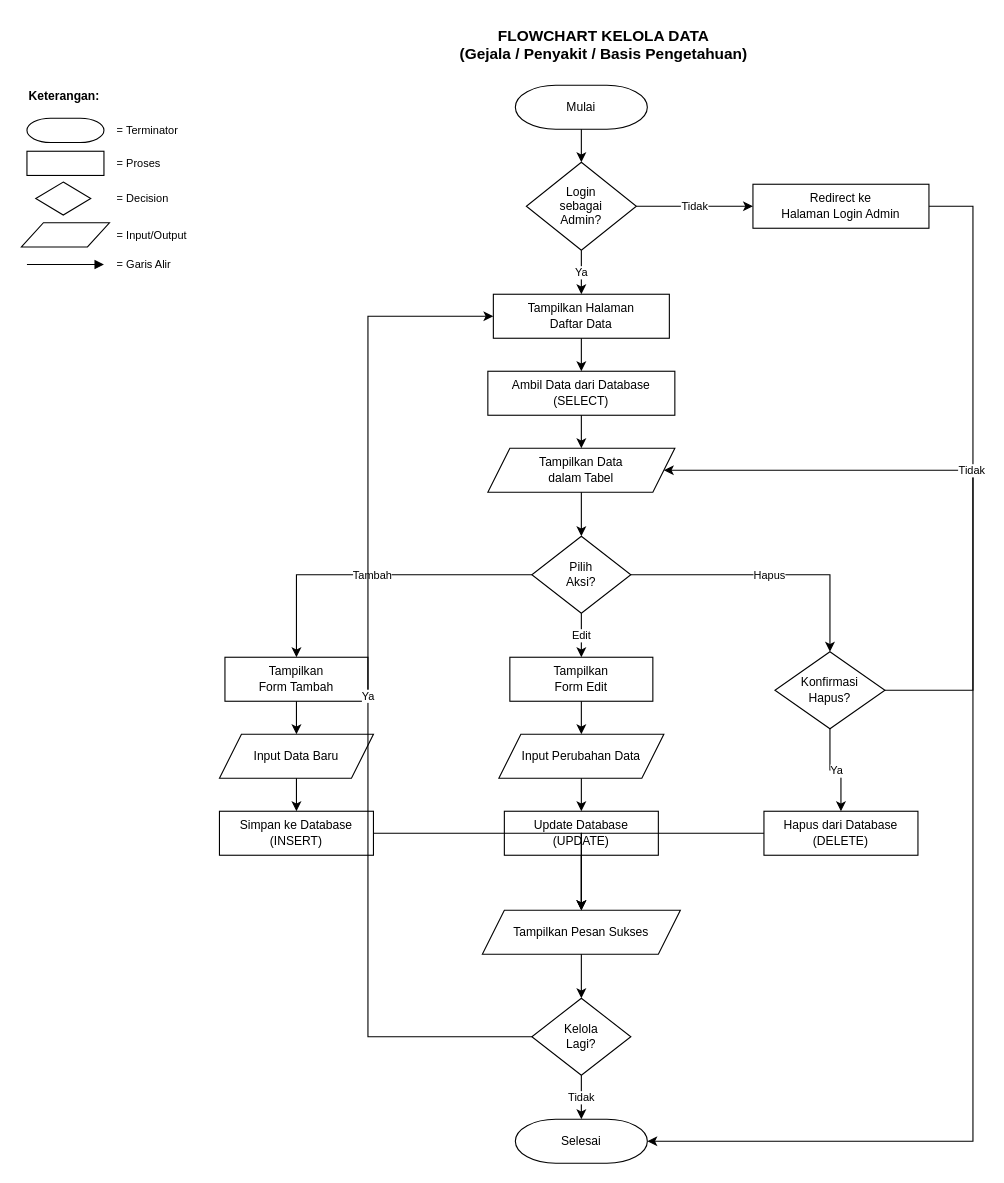
NarmadaWeb/pakar-jagung keeps this draw.io diagram as diagram/flowchart/flowchart_kelola_data.drawio. Above is the earlier version. Source tidied: cells renumbered, new cells numbered last; positions are measured from the earlier drawing's top-left corner, leaving out a move shared by most shapes. Both pictures are drawn from the tidied source at 110%, with x=0, y=0 at pixel (21, 19).
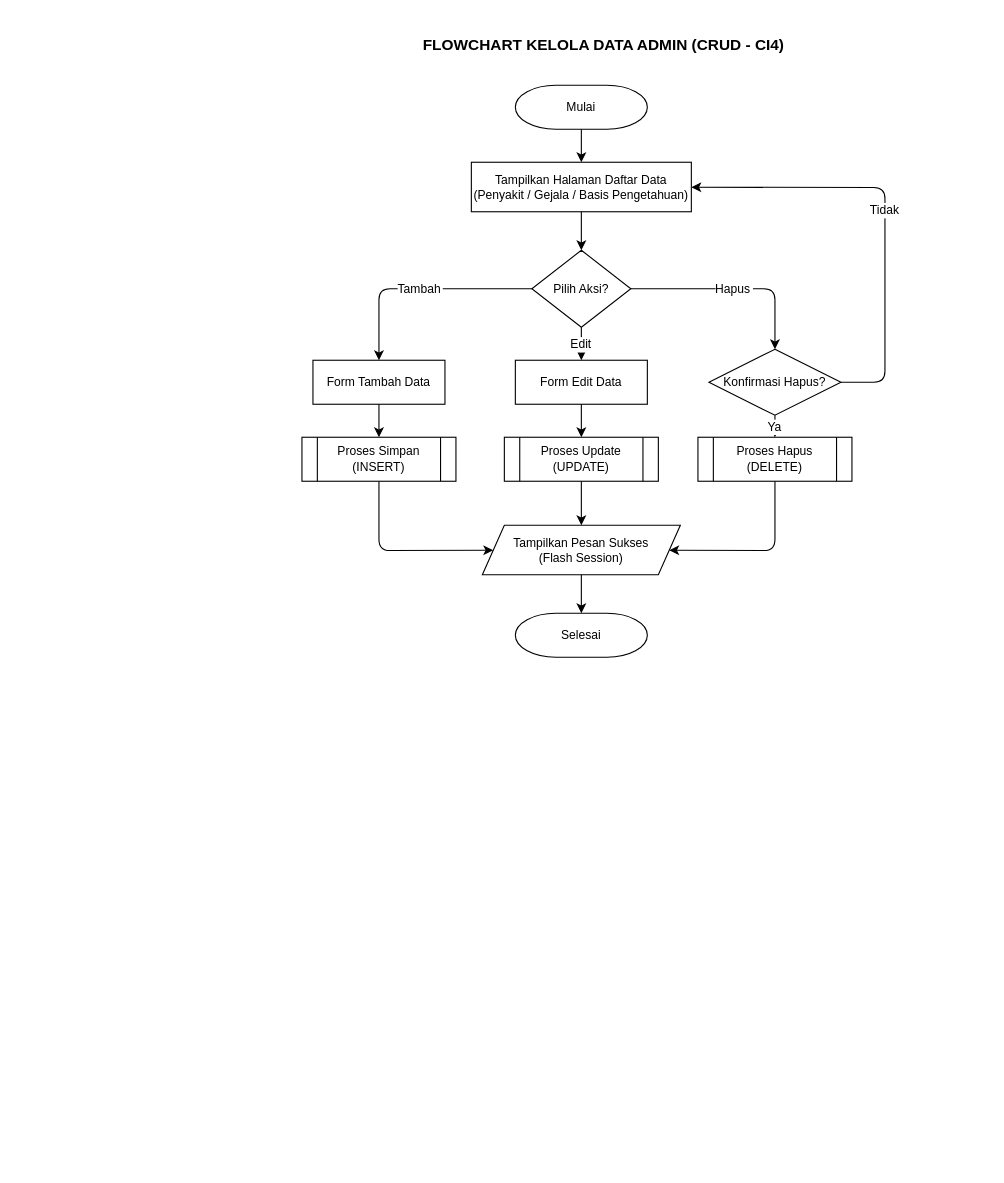
The same page after the edit.

Unchanged cells that the change refers to:
```xml
<mxCell id="3" value="Mulai" style="shape=mxgraph.flowchart.terminator;whiteSpace=wrap;html=1;fillColor=#FFFFFF;strokeColor=#000000;fontSize=11;" parent="1" vertex="1">
  <mxGeometry x="449" y="60" width="120" height="40" as="geometry" />
</mxCell>
```

Diff of the diagram source:
```diff
@@
-    <mxCell id="2" value="FLOWCHART KELOLA DATA&#10;(Gejala / Penyakit / Basis Pengetahuan)" style="text;html=1;strokeColor=none;fillColor=none;align=center;verticalAlign=middle;fontSize=14;fontStyle=1;fontColor=#000000;" parent="1" vertex="1">
+    <mxCell id="2" value="FLOWCHART KELOLA DATA ADMIN (CRUD - CI4)" style="text;html=1;strokeColor=none;fillColor=none;align=center;verticalAlign=middle;fontSize=14;fontStyle=1;fontColor=#000000;" parent="1" vertex="1">
       <mxGeometry x="279" width="500" height="45" as="geometry" />
     </mxCell>
@@
-    <mxCell id="4" value="Login&#10;sebagai&#10;Admin?" style="rhombus;whiteSpace=wrap;html=1;fillColor=#FFFFFF;strokeColor=#000000;fontSize=11;" parent="1" vertex="1">
-      <mxGeometry x="459" y="130" width="100" height="80" as="geometry" />
-    </mxCell>
-    <mxCell id="5" value="Redirect ke&#10;Halaman Login Admin" style="rounded=0;whiteSpace=wrap;html=1;fillColor=#FFFFFF;strokeColor=#000000;fontSize=11;" parent="1" vertex="1">
-      <mxGeometry x="665" y="150" width="160" height="40" as="geometry" />
-    </mxCell>
-    <mxCell id="6" value="Tampilkan Halaman&#10;Daftar Data" style="rounded=0;whiteSpace=wrap;html=1;fillColor=#FFFFFF;strokeColor=#000000;fontSize=11;" parent="1" vertex="1">
-      <mxGeometry x="429" y="250" width="160" height="40" as="geometry" />
+    <mxCell id="6" value="Tampilkan Halaman Daftar Data&#10;(Penyakit / Gejala / Basis Pengetahuan)" style="rounded=0;whiteSpace=wrap;html=1;fillColor=#FFFFFF;strokeColor=#000000;fontSize=11;" parent="1" vertex="1">
+      <mxGeometry x="409" y="130" width="200" height="45" as="geometry" />
     </mxCell>
-    <mxCell id="7" value="Ambil Data dari Database&#10;(SELECT)" style="rounded=0;whiteSpace=wrap;html=1;fillColor=#FFFFFF;strokeColor=#000000;fontSize=11;" parent="1" vertex="1">
-      <mxGeometry x="424" y="320" width="170" height="40" as="geometry" />
-    </mxCell>
-    <mxCell id="8" value="Tampilkan Data&#10;dalam Tabel" style="shape=parallelogram;perimeter=parallelogramPerimeter;whiteSpace=wrap;html=1;fillColor=#FFFFFF;strokeColor=#000000;fontSize=11;fixedSize=1;" parent="1" vertex="1">
-      <mxGeometry x="424" y="390" width="170" height="40" as="geometry" />
-    </mxCell>
-    <mxCell id="9" value="Pilih&#10;Aksi?" style="rhombus;whiteSpace=wrap;html=1;fillColor=#FFFFFF;strokeColor=#000000;fontSize=11;" parent="1" vertex="1">
-      <mxGeometry x="464" y="470" width="90" height="70" as="geometry" />
+    <mxCell id="9" value="Pilih Aksi?" style="rhombus;whiteSpace=wrap;html=1;fillColor=#FFFFFF;strokeColor=#000000;fontSize=11;" parent="1" vertex="1">
+      <mxGeometry x="464" y="210" width="90" height="70" as="geometry" />
     </mxCell>
-    <mxCell id="10" value="Tampilkan&#10;Form Tambah" style="rounded=0;whiteSpace=wrap;html=1;fillColor=#FFFFFF;strokeColor=#000000;fontSize=11;" parent="1" vertex="1">
-      <mxGeometry x="185" y="580" width="130" height="40" as="geometry" />
+    <mxCell id="10" value="Form Tambah Data" style="rounded=0;whiteSpace=wrap;html=1;fillColor=#FFFFFF;strokeColor=#000000;fontSize=11;" parent="1" vertex="1">
+      <mxGeometry x="265" y="310" width="120" height="40" as="geometry" />
     </mxCell>
-    <mxCell id="11" value="Input Data Baru" style="shape=parallelogram;perimeter=parallelogramPerimeter;whiteSpace=wrap;html=1;fillColor=#FFFFFF;strokeColor=#000000;fontSize=11;fixedSize=1;" parent="1" vertex="1">
-      <mxGeometry x="180" y="650" width="140" height="40" as="geometry" />
-    </mxCell>
-    <mxCell id="12" value="Simpan ke Database&#10;(INSERT)" style="rounded=0;whiteSpace=wrap;html=1;fillColor=#FFFFFF;strokeColor=#000000;fontSize=11;" parent="1" vertex="1">
-      <mxGeometry x="180" y="720" width="140" height="40" as="geometry" />
+    <mxCell id="12" value="Proses Simpan (INSERT)" style="shape=process;whiteSpace=wrap;html=1;fillColor=#FFFFFF;strokeColor=#000000;fontSize=11;size=0.1;" parent="1" vertex="1">
+      <mxGeometry x="255" y="380" width="140" height="40" as="geometry" />
     </mxCell>
-    <mxCell id="13" value="Tampilkan&#10;Form Edit" style="rounded=0;whiteSpace=wrap;html=1;fillColor=#FFFFFF;strokeColor=#000000;fontSize=11;" parent="1" vertex="1">
-      <mxGeometry x="444" y="580" width="130" height="40" as="geometry" />
+    <mxCell id="13" value="Form Edit Data" style="rounded=0;whiteSpace=wrap;html=1;fillColor=#FFFFFF;strokeColor=#000000;fontSize=11;" parent="1" vertex="1">
+      <mxGeometry x="449" y="310" width="120" height="40" as="geometry" />
     </mxCell>
-    <mxCell id="14" value="Input Perubahan Data" style="shape=parallelogram;perimeter=parallelogramPerimeter;whiteSpace=wrap;html=1;fillColor=#FFFFFF;strokeColor=#000000;fontSize=11;fixedSize=1;" parent="1" vertex="1">
-      <mxGeometry x="434" y="650" width="150" height="40" as="geometry" />
-    </mxCell>
-    <mxCell id="15" value="Update Database&#10;(UPDATE)" style="rounded=0;whiteSpace=wrap;html=1;fillColor=#FFFFFF;strokeColor=#000000;fontSize=11;" parent="1" vertex="1">
-      <mxGeometry x="439" y="720" width="140" height="40" as="geometry" />
+    <mxCell id="15" value="Proses Update (UPDATE)" style="shape=process;whiteSpace=wrap;html=1;fillColor=#FFFFFF;strokeColor=#000000;fontSize=11;size=0.1;" parent="1" vertex="1">
+      <mxGeometry x="439" y="380" width="140" height="40" as="geometry" />
     </mxCell>
-    <mxCell id="16" value="Konfirmasi&#10;Hapus?" style="rhombus;whiteSpace=wrap;html=1;fillColor=#FFFFFF;strokeColor=#000000;fontSize=11;" parent="1" vertex="1">
-      <mxGeometry x="685" y="575" width="100" height="70" as="geometry" />
+    <mxCell id="16" value="Konfirmasi Hapus?" style="rhombus;whiteSpace=wrap;html=1;fillColor=#FFFFFF;strokeColor=#000000;fontSize=11;" parent="1" vertex="1">
+      <mxGeometry x="625" y="300" width="120" height="60" as="geometry" />
     </mxCell>
-    <mxCell id="17" value="Hapus dari Database&#10;(DELETE)" style="rounded=0;whiteSpace=wrap;html=1;fillColor=#FFFFFF;strokeColor=#000000;fontSize=11;" parent="1" vertex="1">
-      <mxGeometry x="675" y="720" width="140" height="40" as="geometry" />
-    </mxCell>
+    <mxCell id="54" value="Proses Hapus (DELETE)" style="shape=process;whiteSpace=wrap;html=1;fillColor=#FFFFFF;strokeColor=#000000;fontSize=11;size=0.1;" parent="1" vertex="1">
+      <mxGeometry x="615" y="380" width="140" height="40" as="geometry" />
+    </mxCell>
-    <mxCell id="18" value="Tampilkan Pesan Sukses" style="shape=parallelogram;perimeter=parallelogramPerimeter;whiteSpace=wrap;html=1;fillColor=#FFFFFF;strokeColor=#000000;fontSize=11;fixedSize=1;" parent="1" vertex="1">
-      <mxGeometry x="419" y="810" width="180" height="40" as="geometry" />
+    <mxCell id="18" value="Tampilkan Pesan Sukses&#10;(Flash Session)" style="shape=parallelogram;perimeter=parallelogramPerimeter;whiteSpace=wrap;html=1;fillColor=#FFFFFF;strokeColor=#000000;fontSize=11;fixedSize=1;" parent="1" vertex="1">
+      <mxGeometry x="419" y="460" width="180" height="45" as="geometry" />
     </mxCell>
-    <mxCell id="19" value="Kelola&#10;Lagi?" style="rhombus;whiteSpace=wrap;html=1;fillColor=#FFFFFF;strokeColor=#000000;fontSize=11;" parent="1" vertex="1">
-      <mxGeometry x="464" y="890" width="90" height="70" as="geometry" />
-    </mxCell>
     <mxCell id="20" value="Selesai" style="shape=mxgraph.flowchart.terminator;whiteSpace=wrap;html=1;fillColor=#FFFFFF;strokeColor=#000000;fontSize=11;" parent="1" vertex="1">
-      <mxGeometry x="449" y="1000" width="120" height="40" as="geometry" />
+      <mxGeometry x="449" y="540" width="120" height="40" as="geometry" />
     </mxCell>
-    <mxCell id="21" style="edgeStyle=orthogonalEdgeStyle;rounded=0;html=1;strokeColor=#000000;" parent="1" edge="1" source="3" target="4">
+    <mxCell id="21" parent="1" edge="1" source="3" target="6">
       <mxGeometry relative="1" as="geometry" />
     </mxCell>
-    <mxCell id="22" value="Tidak" style="edgeStyle=orthogonalEdgeStyle;rounded=0;html=1;strokeColor=#000000;fontSize=10;" parent="1" edge="1" source="4" target="5">
+    <mxCell id="22" parent="1" edge="1" source="6" target="9">
       <mxGeometry relative="1" as="geometry" />
     </mxCell>
-    <mxCell id="23" style="edgeStyle=orthogonalEdgeStyle;rounded=0;html=1;strokeColor=#000000;" parent="1" edge="1" source="5" target="20">
-      <mxGeometry relative="1" as="geometry">
-        <Array as="points">
-          <mxPoint x="865" y="170" />
-          <mxPoint x="865" y="1020" />
-        </Array>
-      </mxGeometry>
-    </mxCell>
-    <mxCell id="24" value="Ya" style="edgeStyle=orthogonalEdgeStyle;rounded=0;html=1;strokeColor=#000000;fontSize=10;" parent="1" edge="1" source="4" target="6">
-      <mxGeometry relative="1" as="geometry" />
+    <mxCell id="24" value="Tambah" parent="1" edge="1" source="9" target="10">
+      <mxGeometry relative="1" as="geometry">
+        <Array as="points">
+          <mxPoint x="325" y="245" />
+        </Array>
+      </mxGeometry>
     </mxCell>
-    <mxCell id="25" style="edgeStyle=orthogonalEdgeStyle;rounded=0;html=1;strokeColor=#000000;" parent="1" edge="1" source="6" target="7">
+    <mxCell id="25" value="Edit" parent="1" edge="1" source="9" target="13">
       <mxGeometry relative="1" as="geometry" />
     </mxCell>
-    <mxCell id="26" style="edgeStyle=orthogonalEdgeStyle;rounded=0;html=1;strokeColor=#000000;" parent="1" edge="1" source="7" target="8">
-      <mxGeometry relative="1" as="geometry" />
+    <mxCell id="26" value="Hapus" parent="1" edge="1" source="9" target="16">
+      <mxGeometry relative="1" as="geometry">
+        <Array as="points">
+          <mxPoint x="685" y="245" />
+        </Array>
+      </mxGeometry>
     </mxCell>
-    <mxCell id="27" style="edgeStyle=orthogonalEdgeStyle;rounded=0;html=1;strokeColor=#000000;" parent="1" edge="1" source="8" target="9">
+    <mxCell id="27" parent="1" edge="1" source="10" target="12">
       <mxGeometry relative="1" as="geometry" />
     </mxCell>
-    <mxCell id="28" value="Tambah" style="edgeStyle=orthogonalEdgeStyle;rounded=0;html=1;strokeColor=#000000;fontSize=10;" parent="1" edge="1" source="9" target="10">
+    <mxCell id="28" parent="1" edge="1" source="13" target="15">
       <mxGeometry relative="1" as="geometry" />
     </mxCell>
-    <mxCell id="29" value="Edit" style="edgeStyle=orthogonalEdgeStyle;rounded=0;html=1;strokeColor=#000000;fontSize=10;" parent="1" edge="1" source="9" target="13">
+    <mxCell id="29" value="Ya" parent="1" edge="1" source="16" target="54">
       <mxGeometry relative="1" as="geometry" />
     </mxCell>
+    <mxCell id="55" value="Tidak" parent="1" edge="1" source="16" target="6">
+      <mxGeometry relative="1" as="geometry">
+        <Array as="points">
+          <mxPoint x="785" y="330" />
+          <mxPoint x="785" y="153" />
+        </Array>
+      </mxGeometry>
+    </mxCell>
-    <mxCell id="30" value="Hapus" style="edgeStyle=orthogonalEdgeStyle;rounded=0;html=1;strokeColor=#000000;fontSize=10;" parent="1" edge="1" source="9" target="16">
-      <mxGeometry relative="1" as="geometry" />
+    <mxCell id="30" parent="1" edge="1" source="12" target="18">
+      <mxGeometry relative="1" as="geometry">
+        <Array as="points">
+          <mxPoint x="325" y="483" />
+        </Array>
+      </mxGeometry>
     </mxCell>
-    <mxCell id="31" style="edgeStyle=orthogonalEdgeStyle;rounded=0;html=1;strokeColor=#000000;" parent="1" edge="1" source="10" target="11">
+    <mxCell id="31" parent="1" edge="1" source="15" target="18">
       <mxGeometry relative="1" as="geometry" />
     </mxCell>
-    <mxCell id="32" style="edgeStyle=orthogonalEdgeStyle;rounded=0;html=1;strokeColor=#000000;" parent="1" edge="1" source="11" target="12">
-      <mxGeometry relative="1" as="geometry" />
+    <mxCell id="32" parent="1" edge="1" source="54" target="18">
+      <mxGeometry relative="1" as="geometry">
+        <Array as="points">
+          <mxPoint x="685" y="483" />
+        </Array>
+      </mxGeometry>
     </mxCell>
-    <mxCell id="33" style="edgeStyle=orthogonalEdgeStyle;rounded=0;html=1;strokeColor=#000000;" parent="1" edge="1" source="13" target="14">
+    <mxCell id="33" parent="1" edge="1" source="18" target="20">
       <mxGeometry relative="1" as="geometry" />
     </mxCell>
-    <mxCell id="34" style="edgeStyle=orthogonalEdgeStyle;rounded=0;html=1;strokeColor=#000000;" parent="1" edge="1" source="14" target="15">
-      <mxGeometry relative="1" as="geometry" />
-    </mxCell>
-    <mxCell id="35" value="Ya" style="edgeStyle=orthogonalEdgeStyle;rounded=0;html=1;strokeColor=#000000;fontSize=10;" parent="1" edge="1" source="16" target="17">
-      <mxGeometry relative="1" as="geometry" />
-    </mxCell>
-    <mxCell id="36" value="Tidak" style="edgeStyle=orthogonalEdgeStyle;rounded=0;html=1;strokeColor=#000000;fontSize=10;" parent="1" edge="1" source="16" target="8">
-      <mxGeometry relative="1" as="geometry">
-        <Array as="points">
-          <mxPoint x="865" y="610" />
-          <mxPoint x="865" y="410" />
-        </Array>
-      </mxGeometry>
-    </mxCell>
-    <mxCell id="37" style="edgeStyle=orthogonalEdgeStyle;rounded=0;html=1;strokeColor=#000000;" parent="1" edge="1" source="12" target="18">
-      <mxGeometry relative="1" as="geometry" />
-    </mxCell>
-    <mxCell id="38" style="edgeStyle=orthogonalEdgeStyle;rounded=0;html=1;strokeColor=#000000;" parent="1" edge="1" source="15" target="18">
-      <mxGeometry relative="1" as="geometry" />
-    </mxCell>
-    <mxCell id="39" style="edgeStyle=orthogonalEdgeStyle;rounded=0;html=1;strokeColor=#000000;" parent="1" edge="1" source="17" target="18">
-      <mxGeometry relative="1" as="geometry" />
-    </mxCell>
-    <mxCell id="40" style="edgeStyle=orthogonalEdgeStyle;rounded=0;html=1;strokeColor=#000000;" parent="1" edge="1" source="18" target="19">
-      <mxGeometry relative="1" as="geometry" />
-    </mxCell>
-    <mxCell id="41" value="Ya" style="edgeStyle=orthogonalEdgeStyle;rounded=0;html=1;strokeColor=#000000;fontSize=10;exitX=0;exitY=0.5;exitDx=0;exitDy=0;" parent="1" edge="1" source="19" target="6">
-      <mxGeometry relative="1" as="geometry">
-        <Array as="points">
-          <mxPoint x="315" y="925" />
-          <mxPoint x="315" y="270" />
-        </Array>
-      </mxGeometry>
-    </mxCell>
-    <mxCell id="42" value="Tidak" style="edgeStyle=orthogonalEdgeStyle;rounded=0;html=1;strokeColor=#000000;fontSize=10;" parent="1" edge="1" source="19" target="20">
-      <mxGeometry relative="1" as="geometry" />
-    </mxCell>
-    <mxCell id="43" value="Keterangan:" style="text;html=1;strokeColor=none;fillColor=none;align=left;verticalAlign=middle;fontSize=11;fontStyle=1;" parent="1" vertex="1">
-      <mxGeometry x="5" y="60" width="100" height="20" as="geometry" />
-    </mxCell>
-    <mxCell id="44" style="shape=mxgraph.flowchart.terminator;whiteSpace=wrap;html=1;fillColor=#FFFFFF;strokeColor=#000000;" parent="1" vertex="1">
-      <mxGeometry x="5" y="90" width="70" height="22" as="geometry" />
-    </mxCell>
-    <mxCell id="45" value="= Terminator" style="text;html=1;strokeColor=none;fillColor=none;align=left;verticalAlign=middle;fontSize=10;" parent="1" vertex="1">
-      <mxGeometry x="85" y="90" width="120" height="22" as="geometry" />
-    </mxCell>
-    <mxCell id="46" style="rounded=0;whiteSpace=wrap;html=1;fillColor=#FFFFFF;strokeColor=#000000;" parent="1" vertex="1">
-      <mxGeometry x="5" y="120" width="70" height="22" as="geometry" />
-    </mxCell>
-    <mxCell id="47" value="= Proses" style="text;html=1;strokeColor=none;fillColor=none;align=left;verticalAlign=middle;fontSize=10;" parent="1" vertex="1">
-      <mxGeometry x="85" y="120" width="120" height="22" as="geometry" />
-    </mxCell>
-    <mxCell id="48" style="rhombus;whiteSpace=wrap;html=1;fillColor=#FFFFFF;strokeColor=#000000;" parent="1" vertex="1">
-      <mxGeometry x="13" y="148" width="50" height="30" as="geometry" />
-    </mxCell>
-    <mxCell id="49" value="= Decision" style="text;html=1;strokeColor=none;fillColor=none;align=left;verticalAlign=middle;fontSize=10;" parent="1" vertex="1">
-      <mxGeometry x="85" y="152" width="120" height="22" as="geometry" />
-    </mxCell>
-    <mxCell id="50" style="shape=parallelogram;perimeter=parallelogramPerimeter;whiteSpace=wrap;html=1;fillColor=#FFFFFF;strokeColor=#000000;fixedSize=1;" parent="1" vertex="1">
-      <mxGeometry y="185" width="80" height="22" as="geometry" />
-    </mxCell>
-    <mxCell id="51" value="= Input/Output" style="text;html=1;strokeColor=none;fillColor=none;align=left;verticalAlign=middle;fontSize=10;" parent="1" vertex="1">
-      <mxGeometry x="85" y="185" width="120" height="22" as="geometry" />
-    </mxCell>
-    <mxCell id="52" style="endArrow=block;html=1;strokeColor=#000000;endFill=1;" parent="1" edge="1">
-      <mxGeometry relative="1" as="geometry">
-        <mxPoint x="5" y="223" as="sourcePoint" />
-        <mxPoint x="75" y="223" as="targetPoint" />
-      </mxGeometry>
-    </mxCell>
-    <mxCell id="53" value="= Garis Alir" style="text;html=1;strokeColor=none;fillColor=none;align=left;verticalAlign=middle;fontSize=10;" parent="1" vertex="1">
-      <mxGeometry x="85" y="212" width="120" height="22" as="geometry" />
-    </mxCell>
```
